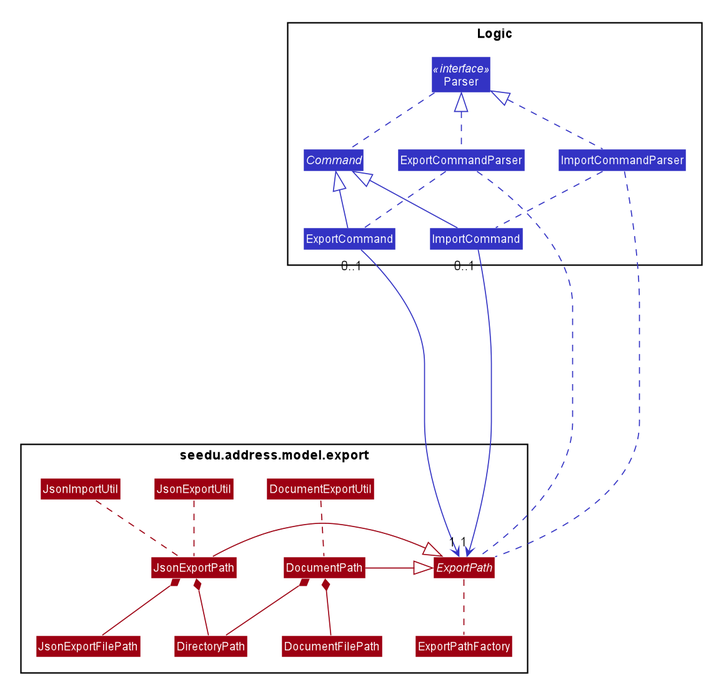
This is docs/images/ExportClassDiagram.png from nus-cs2103-AY1920S1/addressbook-level3, a PlantUML export, as it was before one commit. Its diagram source:
```plantuml
@startuml










skinparam BackgroundColor #FFFFFFF

skinparam Shadowing false

skinparam Class {
    FontColor #FFFFFF
    BorderThickness 1
    BorderColor #FFFFFF
    StereotypeFontColor #FFFFFF
    FontName Arial
}

skinparam Actor {
    BorderColor #000000
    Color #000000
    FontName Arial
}

skinparam Sequence {
    MessageAlign center
    BoxFontSize 15
    BoxPadding 0
    BoxFontColor #FFFFFF
    FontName Arial
}

skinparam Participant {
    FontColor #FFFFFFF
    Padding 20
}

skinparam MinClassWidth 50
skinparam ParticipantPadding 10
skinparam Shadowing false
skinparam DefaultTextAlignment center
skinparam packageStyle Rectangle

hide footbox
hide members
hide circle

skinparam arrowThickness 1.1
skinparam arrowColor #9D0012
skinparam classBackgroundColor #9D0012



Package Logic <<Rectangle>>{
    Class ExportCommand #3333C4
    Class ImportCommand #3333C4
    Class ExportCommandParser #3333C4
    Class ImportCommandParser #3333C4
    Abstract Class Command #3333C4
    Class Parser <<interface>> #3333C4
}

Command <|- ExportCommand #3333C4
Command <|- ImportCommand #3333C4
Parser <|.. ExportCommandParser #3333C4
Parser <|.. ImportCommandParser #3333C4

Parser .. Command #3333C4
ExportCommandParser .. ExportCommand #3333C4
ImportCommandParser .. ImportCommand #3333C4



Package seedu.address.model.export <<Rectangle>>{
    Class DirectoryPath
    Class DocumentExportUtil
    Class DocumentFilePath
    Class DocumentPath
    Abstract Class ExportPath
    Class ExportPathFactory
    Class JsonExportFilePath
    Class JsonExportPath
    Class JsonExportUtil
    Class JsonImportUtil
}

ExportPath <|- DocumentPath
ExportPath <|- JsonExportPath

DocumentPath *-- DocumentFilePath
DocumentPath *-- DirectoryPath

JsonExportPath *-- JsonExportFilePath
JsonExportPath *-- DirectoryPath

ExportPathFactory .up. ExportPath

DocumentExportUtil .. DocumentPath
JsonExportUtil .. JsonExportPath
JsonImportUtil .. JsonExportPath



ExportCommand "0..1" ------> "1" ExportPath #3333C4
ImportCommand "0..1" --> "1" ExportPath #3333C4

ExportCommandParser .. ExportPath #3333C4
ImportCommandParser .. ExportPath #3333C4
@enduml
```
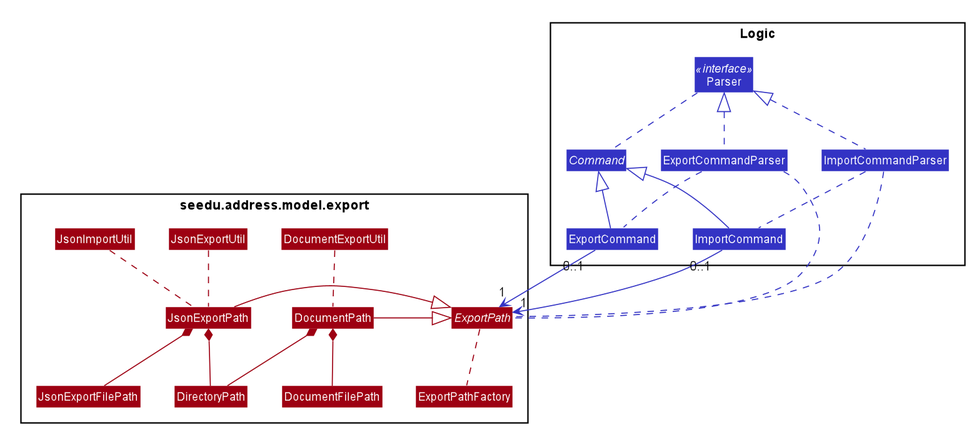
After the commit.

Commit message:
Modify a class diagram for better space usage

What changed in the source:
```diff
@@ -106,7 +106,7 @@
 
 
 
-ExportCommand "0..1" ------> "1" ExportPath #3333C4
+ExportCommand "0..1" --> "1" ExportPath #3333C4
 ImportCommand "0..1" --> "1" ExportPath #3333C4
 
 ExportCommandParser .. ExportPath #3333C4
```
